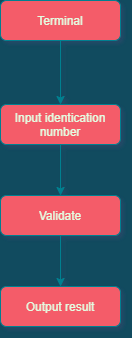
Above: 2_Architecture/Architecture_Design.png in praveenct7/Ltts_Mini_Project (draw.io), before the change. Source tidied: cells renumbered, new cells last; positions are measured from the earlier drawing's top-left corner, leaving out a move shared by most shapes.
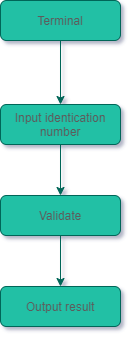
Later version of the same file.

What changed in the source:
```diff
@@ -1,26 +1,26 @@
-<mxGraphModel background="#114B5F" shadow="1">
+<mxGraphModel shadow="1">
   <root>
     <mxCell id="0" />
     <mxCell id="1" parent="0" />
-    <mxCell id="2" style="edgeStyle=orthogonalEdgeStyle;curved=0;rounded=1;sketch=0;jettySize=auto;html=1;strokeColor=#028090;fillColor=#F45B69;fontColor=#E4FDE1;labelBackgroundColor=#114B5F;" parent="1" edge="1" source="3" target="5">
+    <mxCell id="2" style="edgeStyle=orthogonalEdgeStyle;curved=0;rounded=1;sketch=0;jettySize=auto;html=1;strokeColor=#006658;fontColor=#5C5C5C;" parent="1" edge="1" source="3" target="5">
       <mxGeometry relative="1" as="geometry" />
     </mxCell>
-    <mxCell id="3" value="Terminal" style="rounded=1;whiteSpace=wrap;html=1;fontSize=12;glass=0;strokeWidth=1;shadow=0;fillColor=#F45B69;strokeColor=#028090;fontColor=#E4FDE1;" parent="1" vertex="1">
+    <mxCell id="3" value="Terminal" style="rounded=1;whiteSpace=wrap;html=1;fontSize=12;glass=0;strokeWidth=1;shadow=0;fillColor=#21C0A5;strokeColor=#006658;fontColor=#5C5C5C;" parent="1" vertex="1">
       <mxGeometry width="120" height="40" as="geometry" />
     </mxCell>
-    <mxCell id="4" style="edgeStyle=orthogonalEdgeStyle;curved=0;rounded=1;sketch=0;jettySize=auto;html=1;strokeColor=#028090;fillColor=#F45B69;fontColor=#E4FDE1;labelBackgroundColor=#114B5F;" parent="1" edge="1" source="5" target="8">
+    <mxCell id="4" style="edgeStyle=orthogonalEdgeStyle;curved=0;rounded=1;sketch=0;jettySize=auto;html=1;strokeColor=#006658;fontColor=#5C5C5C;" parent="1" edge="1" source="5" target="8">
       <mxGeometry relative="1" as="geometry" />
     </mxCell>
-    <mxCell id="5" value="Input identication number" style="rounded=1;whiteSpace=wrap;html=1;fontSize=12;glass=0;strokeWidth=1;shadow=0;fillColor=#F45B69;strokeColor=#028090;fontColor=#E4FDE1;" parent="1" vertex="1">
+    <mxCell id="5" value="Input identication number" style="rounded=1;whiteSpace=wrap;html=1;fontSize=12;glass=0;strokeWidth=1;shadow=0;fillColor=#21C0A5;strokeColor=#006658;fontColor=#5C5C5C;" parent="1" vertex="1">
       <mxGeometry y="104" width="120" height="40" as="geometry" />
     </mxCell>
-    <mxCell id="6" value="Output result" style="rounded=1;whiteSpace=wrap;html=1;fontSize=12;glass=0;strokeWidth=1;shadow=0;fillColor=#F45B69;strokeColor=#028090;fontColor=#E4FDE1;" parent="1" vertex="1">
+    <mxCell id="6" value="Output result" style="rounded=1;whiteSpace=wrap;html=1;fontSize=12;glass=0;strokeWidth=1;shadow=0;fillColor=#21C0A5;strokeColor=#006658;fontColor=#5C5C5C;" parent="1" vertex="1">
       <mxGeometry y="286" width="120" height="40" as="geometry" />
     </mxCell>
-    <mxCell id="7" style="edgeStyle=orthogonalEdgeStyle;curved=0;rounded=1;sketch=0;jettySize=auto;html=1;strokeColor=#028090;fillColor=#F45B69;fontColor=#E4FDE1;labelBackgroundColor=#114B5F;" parent="1" edge="1" source="8" target="6">
+    <mxCell id="7" style="edgeStyle=orthogonalEdgeStyle;curved=0;rounded=1;sketch=0;jettySize=auto;html=1;strokeColor=#006658;fontColor=#5C5C5C;" parent="1" edge="1" source="8" target="6">
       <mxGeometry relative="1" as="geometry" />
     </mxCell>
-    <mxCell id="8" value="Validate" style="rounded=1;whiteSpace=wrap;html=1;fontSize=12;glass=0;strokeWidth=1;shadow=0;fillColor=#F45B69;strokeColor=#028090;fontColor=#E4FDE1;" parent="1" vertex="1">
+    <mxCell id="8" value="Validate" style="rounded=1;whiteSpace=wrap;html=1;fontSize=12;glass=0;strokeWidth=1;shadow=0;fillColor=#21C0A5;strokeColor=#006658;fontColor=#5C5C5C;" parent="1" vertex="1">
       <mxGeometry y="195" width="120" height="40" as="geometry" />
     </mxCell>
   </root>
```
